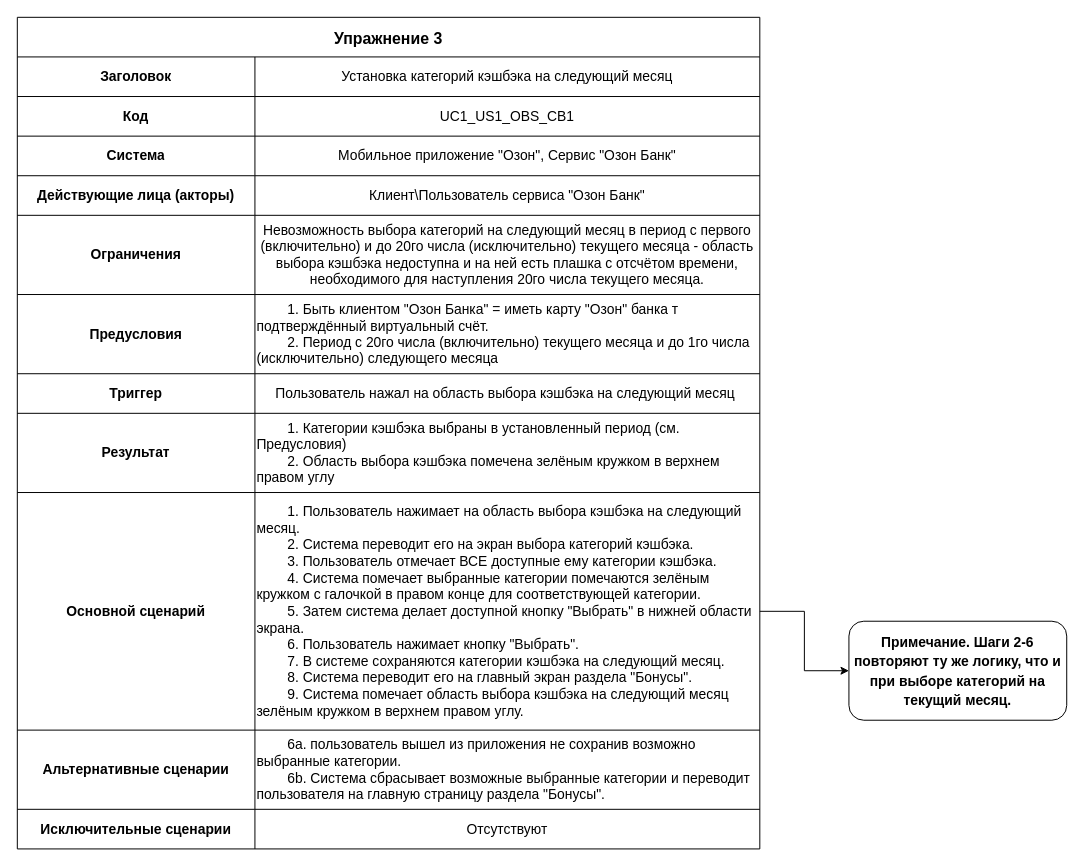
The draw.io diagram Stanley_Kudrow/ex03_use_case/use_case.drawio in abdullahproff/BSA21_1, before the edit. Source tidied: cells renumbered, new cells numbered last; positions are measured from the earlier drawing's top-left corner, leaving out a move shared by most shapes. Both pictures are drawn from the tidied source at 99%, with x=0, y=0 at pixel (17, 17).
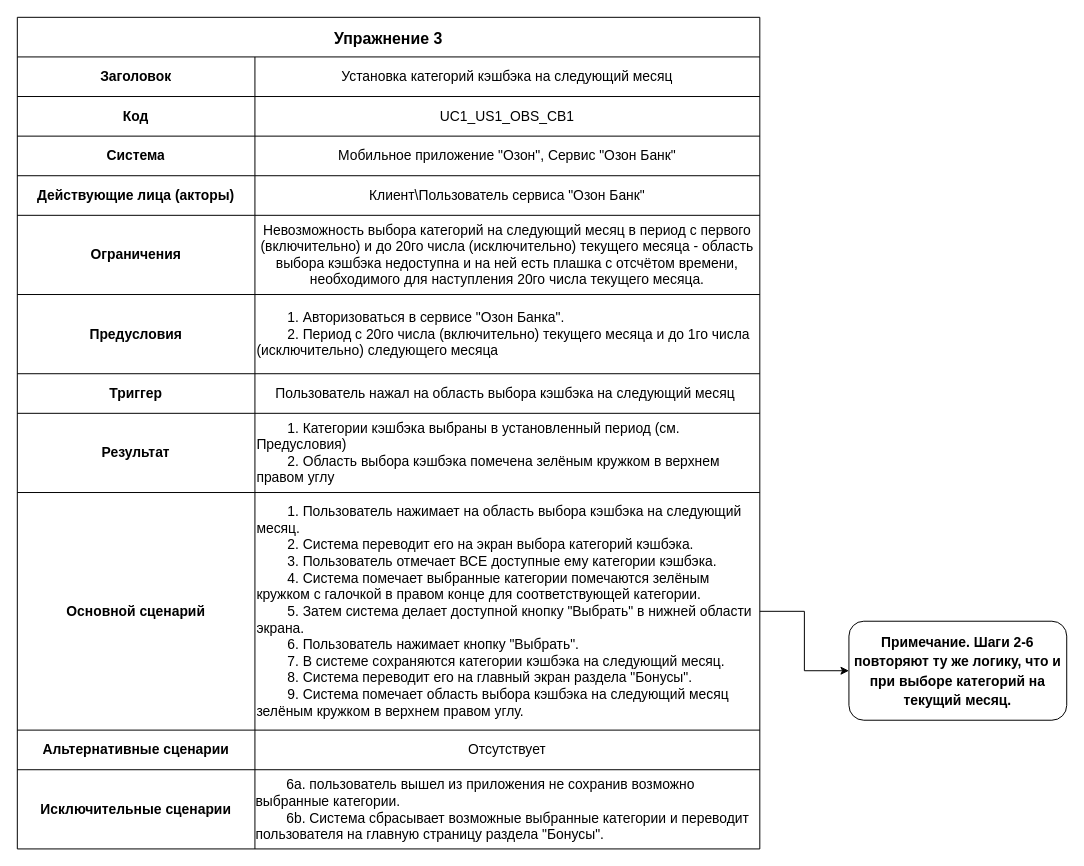
The same page after the edit.

The change refers to these unchanged cells:
```xml
<mxCell id="3" value="Упражнение 3" style="shape=table;startSize=40;childLayout=tableLayout;fontSize=16;fontStyle=1;perimeterSpacing=10;" parent="1" vertex="1">
  <mxGeometry width="750" height="840" as="geometry" />
</mxCell>
<mxCell id="19" style="shape=tableRow;horizontal=0;startSize=0;swimlaneHead=0;swimlaneBody=0;strokeColor=inherit;top=0;left=0;bottom=0;right=0;fillColor=none;" parent="3" vertex="1">
  <mxGeometry y="280" width="750" height="80" as="geometry" />
</mxCell>
```

Change to the diagram source:
```diff
@@
-    <mxCell id="21" value="&lt;span style=&quot;font-size: 14px; background-color: initial;&quot;&gt;&lt;span style=&quot;white-space: pre;&quot;&gt;&#9;&lt;/span&gt;1. Быть клиентом &quot;Озон Банка&quot; = иметь карту &quot;Озон&quot; банка т подтверждённый виртуальный счёт.&lt;/span&gt;&lt;br&gt;&lt;span style=&quot;font-size: 14px; background-color: initial;&quot;&gt;&lt;span style=&quot;white-space: pre;&quot;&gt;&#9;&lt;/span&gt;2. Период с 20го числа (включительно) текущего месяца и до 1го числа (исключительно) следующего месяца&lt;/span&gt;" style="shape=partialRectangle;html=1;whiteSpace=wrap;strokeColor=inherit;overflow=hidden;fillColor=none;top=0;left=0;bottom=0;right=0;align=left;" parent="19" vertex="1">
+    <mxCell id="21" value="&lt;span style=&quot;font-size: 14px; background-color: initial;&quot;&gt;&lt;span style=&quot;white-space: pre;&quot;&gt;&#9;&lt;/span&gt;1. Авторизоваться в сервисе &quot;Озон Банка&quot;.&lt;/span&gt;&lt;br&gt;&lt;span style=&quot;font-size: 14px; background-color: initial;&quot;&gt;&lt;span style=&quot;white-space: pre;&quot;&gt;&#9;&lt;/span&gt;2. Период с 20го числа (включительно) текущего месяца и до 1го числа (исключительно) следующего месяца&lt;/span&gt;" style="shape=partialRectangle;html=1;whiteSpace=wrap;strokeColor=inherit;overflow=hidden;fillColor=none;top=0;left=0;bottom=0;right=0;align=left;" parent="19" vertex="1">
       <mxGeometry x="240" width="510" height="80" as="geometry" />
     </mxCell>
@@
     <mxCell id="31" style="shape=tableRow;horizontal=0;startSize=0;swimlaneHead=0;swimlaneBody=0;strokeColor=inherit;top=0;left=0;bottom=0;right=0;fillColor=none;" parent="3" vertex="1">
-      <mxGeometry y="720" width="750" height="80" as="geometry" />
+      <mxGeometry y="720" width="750" height="40" as="geometry" />
     </mxCell>
     <mxCell id="32" value="&lt;font style=&quot;font-size: 14px;&quot;&gt;&lt;b&gt;Альтернативные сценарии&lt;/b&gt;&lt;/font&gt;" style="shape=partialRectangle;html=1;whiteSpace=wrap;strokeColor=inherit;overflow=hidden;fillColor=none;top=0;left=0;bottom=0;right=0;" parent="31" vertex="1">
-      <mxGeometry width="240" height="80" as="geometry" />
+      <mxGeometry width="240" height="40" as="geometry" />
     </mxCell>
-    <mxCell id="33" value="&lt;div style=&quot;&quot;&gt;&lt;span style=&quot;background-color: initial; font-size: 14px;&quot;&gt;&lt;span style=&quot;white-space: pre;&quot;&gt;&#9;&lt;/span&gt;6а. пользователь вышел из приложения не сохранив возможно выбранные категории.&lt;/span&gt;&lt;/div&gt;&lt;div style=&quot;&quot;&gt;&lt;span style=&quot;background-color: initial; font-size: 14px;&quot;&gt;&lt;span style=&quot;white-space: pre;&quot;&gt;&#9;&lt;/span&gt;6b. Система сбрасывает возможные выбранные категории и переводит пользователя на главную страницу раздела &quot;Бонусы&quot;.&lt;/span&gt;&lt;/div&gt;" style="shape=partialRectangle;html=1;whiteSpace=wrap;strokeColor=inherit;overflow=hidden;fillColor=none;top=0;left=0;bottom=0;right=0;align=left;" parent="31" vertex="1">
-      <mxGeometry x="240" width="510" height="80" as="geometry" />
+    <mxCell id="33" value="&lt;div style=&quot;&quot;&gt;&lt;font style=&quot;font-size: 14px;&quot;&gt;Отсутствует&lt;/font&gt;&lt;/div&gt;" style="shape=partialRectangle;html=1;whiteSpace=wrap;strokeColor=inherit;overflow=hidden;fillColor=none;top=0;left=0;bottom=0;right=0;align=center;" parent="31" vertex="1">
+      <mxGeometry x="240" width="510" height="40" as="geometry" />
     </mxCell>
     <mxCell id="34" style="shape=tableRow;horizontal=0;startSize=0;swimlaneHead=0;swimlaneBody=0;strokeColor=inherit;top=0;left=0;bottom=0;right=0;fillColor=none;" parent="3" vertex="1">
-      <mxGeometry y="800" width="750" height="40" as="geometry" />
+      <mxGeometry y="760" width="750" height="80" as="geometry" />
     </mxCell>
     <mxCell id="35" value="&lt;font style=&quot;font-size: 14px;&quot;&gt;&lt;b&gt;Исключительные сценарии&lt;/b&gt;&lt;/font&gt;" style="shape=partialRectangle;html=1;whiteSpace=wrap;strokeColor=inherit;overflow=hidden;fillColor=none;top=0;left=0;bottom=0;right=0;" parent="34" vertex="1">
-      <mxGeometry width="240" height="40" as="geometry" />
+      <mxGeometry width="240" height="80" as="geometry" />
     </mxCell>
-    <mxCell id="36" value="&lt;font style=&quot;font-size: 14px;&quot;&gt;Отсутствуют&lt;/font&gt;" style="shape=partialRectangle;html=1;whiteSpace=wrap;strokeColor=inherit;overflow=hidden;fillColor=none;top=0;left=0;bottom=0;right=0;" parent="34" vertex="1">
-      <mxGeometry x="240" width="510" height="40" as="geometry" />
+    <mxCell id="36" value="&lt;div style=&quot;text-align: left;&quot;&gt;&lt;span style=&quot;background-color: initial; font-size: 14px;&quot;&gt;&lt;span style=&quot;white-space: pre;&quot;&gt;&#9;&lt;/span&gt;6а. пользователь вышел из приложения не сохранив возможно выбранные категории.&lt;/span&gt;&lt;/div&gt;&lt;div style=&quot;text-align: left;&quot;&gt;&lt;span style=&quot;background-color: initial; font-size: 14px;&quot;&gt;&lt;span style=&quot;white-space: pre;&quot;&gt;&#9;&lt;/span&gt;6b. Система сбрасывает возможные выбранные категории и переводит пользователя на главную страницу раздела &quot;Бонусы&quot;.&lt;/span&gt;&lt;/div&gt;" style="shape=partialRectangle;html=1;whiteSpace=wrap;strokeColor=inherit;overflow=hidden;fillColor=none;top=0;left=0;bottom=0;right=0;" parent="34" vertex="1">
+      <mxGeometry x="240" width="510" height="80" as="geometry" />
     </mxCell>
```
